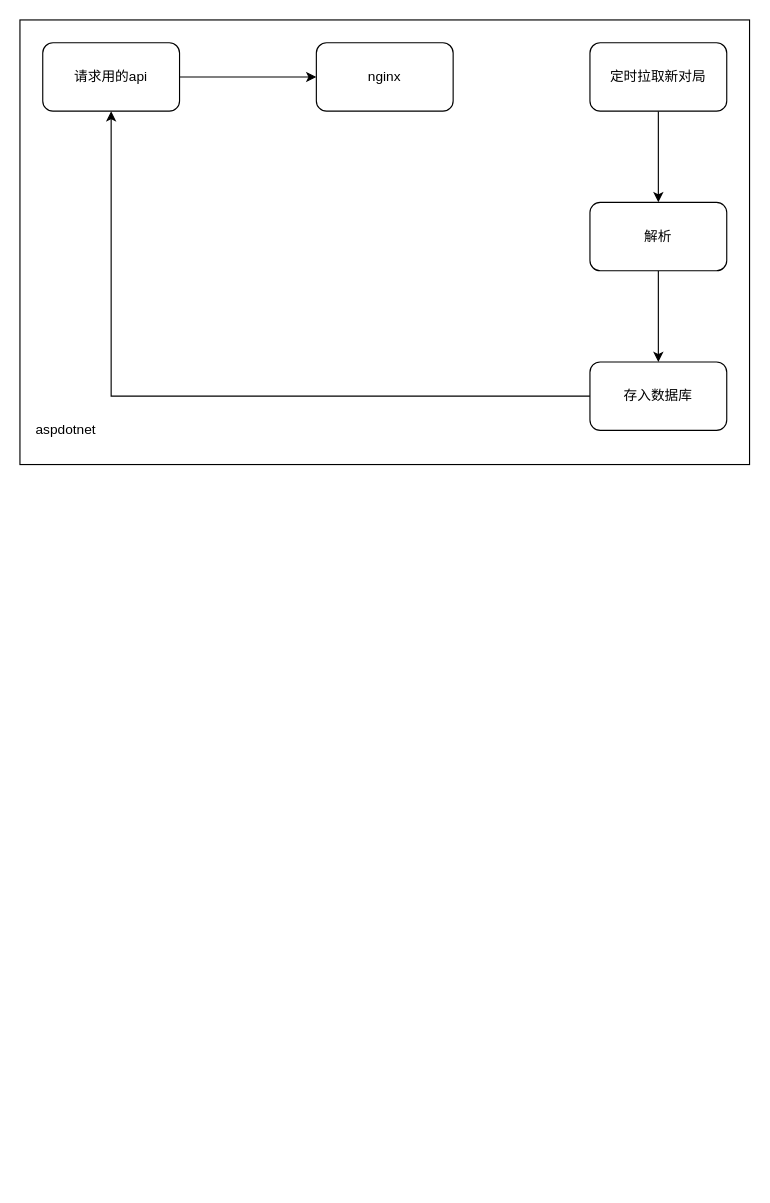
Earlier version of the draw.io diagram duotensu.drawio (RekiDunois/ImagineThings). Source tidied: cells renumbered, new cells numbered last; positions are measured from the earlier drawing's top-left corner, leaving out a move shared by most shapes. Both pictures are drawn from the tidied source at 114%, with x=0, y=0 at pixel (19, 19).
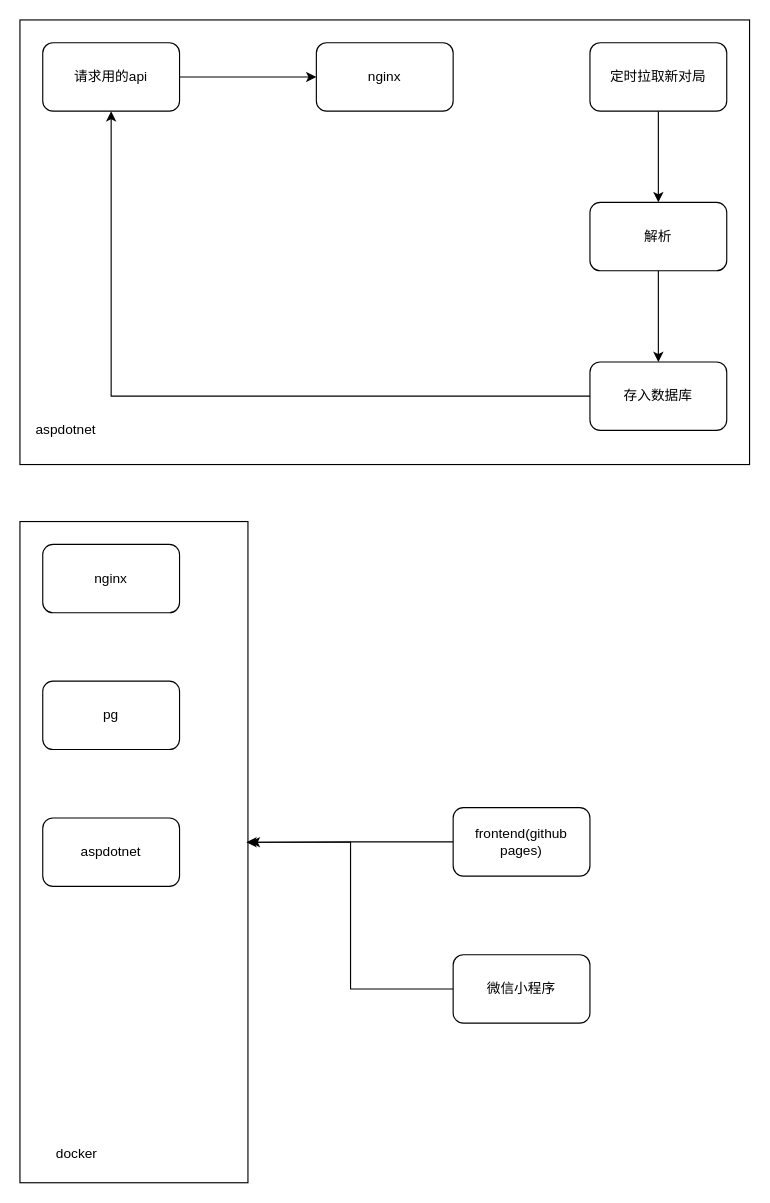
After the change.

What changed in the source:
```diff
@@
+    <mxCell id="13" style="rounded=0;whiteSpace=wrap;html=1;fillColor=none;" parent="1" vertex="1">
+      <mxGeometry y="440" width="200" height="580" as="geometry" />
+    </mxCell>
@@
+    <mxCell id="14" value="docker" style="text;html=1;strokeColor=none;fillColor=none;align=center;verticalAlign=middle;whiteSpace=wrap;rounded=0;" parent="1" vertex="1">
+      <mxGeometry x="20" y="980" width="60" height="30" as="geometry" />
+    </mxCell>
+    <mxCell id="15" value="nginx" style="rounded=1;whiteSpace=wrap;html=1;fillColor=none;" parent="1" vertex="1">
+      <mxGeometry x="20" y="460" width="120" height="60" as="geometry" />
+    </mxCell>
+    <mxCell id="16" value="pg" style="rounded=1;whiteSpace=wrap;html=1;fillColor=none;" parent="1" vertex="1">
+      <mxGeometry x="20" y="580" width="120" height="60" as="geometry" />
+    </mxCell>
+    <mxCell id="17" value="aspdotnet" style="rounded=1;whiteSpace=wrap;html=1;fillColor=none;" parent="1" vertex="1">
+      <mxGeometry x="20" y="700" width="120" height="60" as="geometry" />
+    </mxCell>
+    <mxCell id="18" style="edgeStyle=orthogonalEdgeStyle;rounded=0;jettySize=auto;html=1;entryX=1.008;entryY=0.485;entryDx=0;entryDy=0;entryPerimeter=0;" parent="1" edge="1" source="19" target="13">
+      <mxGeometry relative="1" as="geometry" />
+    </mxCell>
+    <mxCell id="19" value="frontend(github pages)" style="rounded=1;whiteSpace=wrap;html=1;fillColor=none;" parent="1" vertex="1">
+      <mxGeometry x="380" y="691" width="120" height="60" as="geometry" />
+    </mxCell>
+    <mxCell id="20" style="edgeStyle=orthogonalEdgeStyle;rounded=0;jettySize=auto;html=1;entryX=0.993;entryY=0.485;entryDx=0;entryDy=0;entryPerimeter=0;" parent="1" edge="1" source="21" target="13">
+      <mxGeometry relative="1" as="geometry" />
+    </mxCell>
+    <mxCell id="21" value="微信小程序" style="rounded=1;whiteSpace=wrap;html=1;fillColor=none;" parent="1" vertex="1">
+      <mxGeometry x="380" y="820" width="120" height="60" as="geometry" />
+    </mxCell>
```
